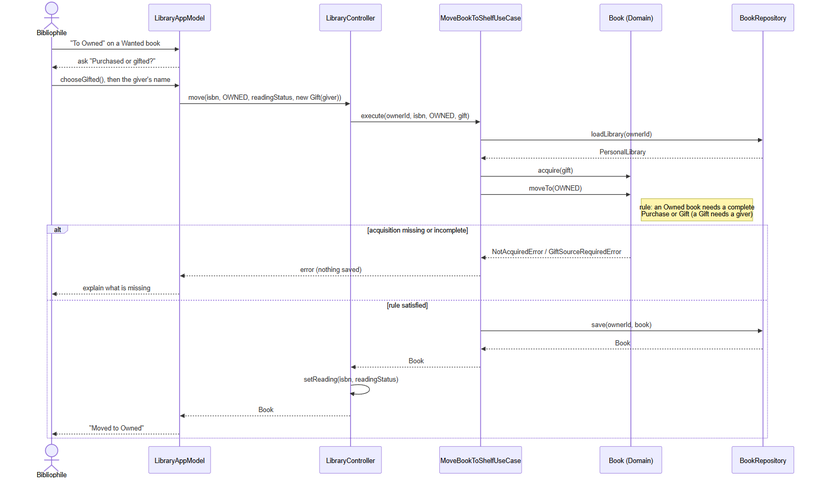
Earlier version of the Mermaid export docs/design/figures/sequence-move.png (ghechavarria/cen5064-project-hechavarria). Its source is kept beside it as docs/design/diagrams/sequence-move.mmd.
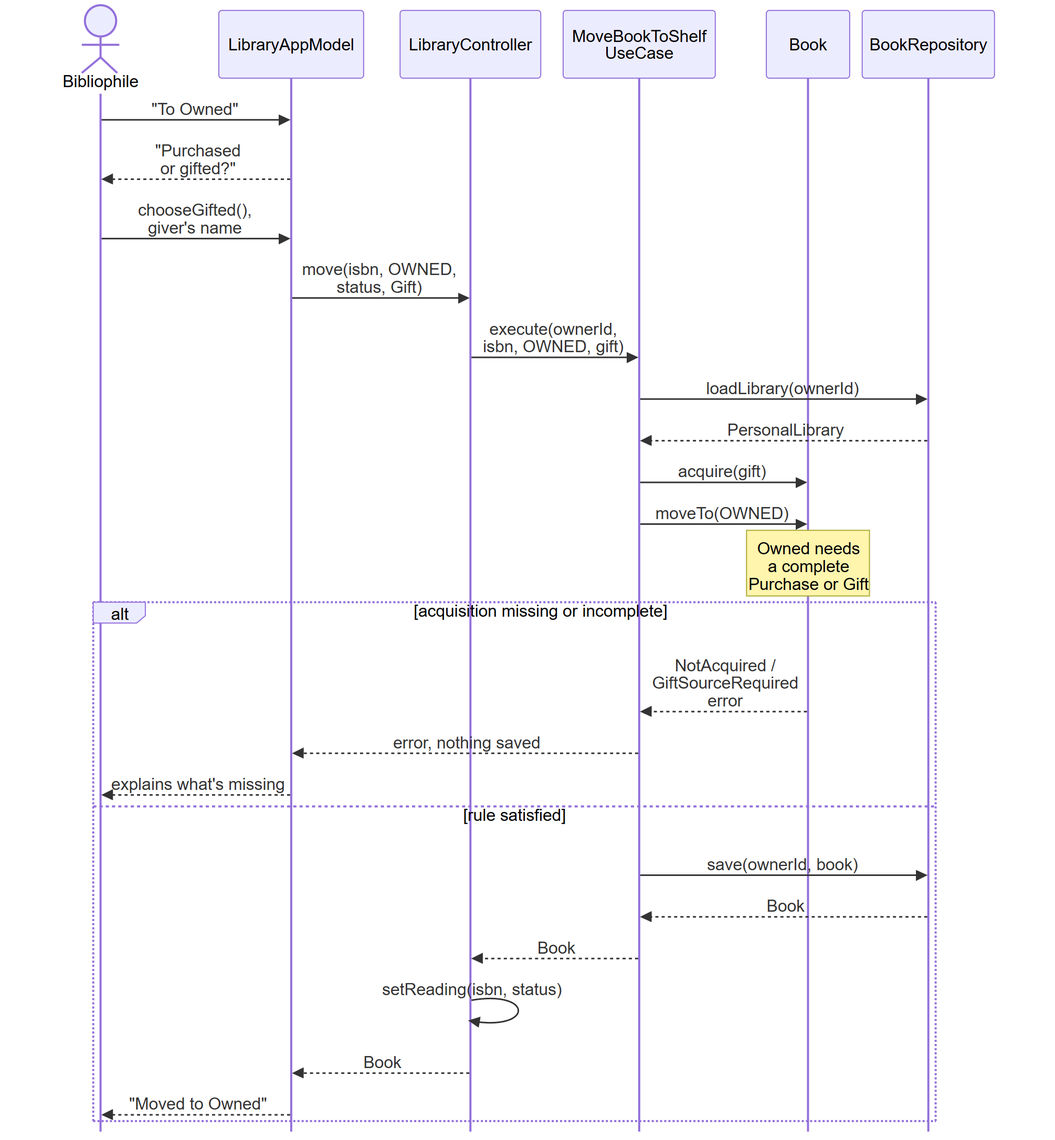
The same diagram one commit later.

Commit message:
Design doc: make the move sequence diagram readable (3.6pt -> 7.0pt printed)

Refs #18

What changed in the source:
```diff
@@ -1,29 +1,30 @@
+%%{init: {"sequence": {"mirrorActors": false, "messageMargin": 16, "actorMargin": 12, "boxMargin": 6, "noteMargin": 6, "width": 80}}}%%
 sequenceDiagram
     actor U as Bibliophile
     participant VM as LibraryAppModel
     participant C as LibraryController
-    participant S as MoveBookToShelfUseCase
-    participant B as Book (Domain)
+    participant S as MoveBookToShelf<br/>UseCase
+    participant B as Book
     participant R as BookRepository
-    U->>VM: "To Owned" on a Wanted book
-    VM-->>U: ask "Purchased or gifted?"
-    U->>VM: chooseGifted(), then the giver's name
-    VM->>C: move(isbn, OWNED, readingStatus, new Gift(giver))
-    C->>S: execute(ownerId, isbn, OWNED, gift)
+    U->>VM: "To Owned"
+    VM-->>U: "Purchased<br/>or gifted?"
+    U->>VM: chooseGifted(),<br/>giver's name
+    VM->>C: move(isbn, OWNED,<br/>status, Gift)
+    C->>S: execute(ownerId,<br/>isbn, OWNED, gift)
     S->>R: loadLibrary(ownerId)
     R-->>S: PersonalLibrary
     S->>B: acquire(gift)
     S->>B: moveTo(OWNED)
-    Note right of B: rule: an Owned book needs a complete<br/>Purchase or Gift (a Gift needs a giver)
+    Note over B: Owned needs<br/>a complete<br/>Purchase or Gift
     alt acquisition missing or incomplete
-        B-->>S: NotAcquiredError / GiftSourceRequiredError
-        S-->>VM: error (nothing saved)
-        VM-->>U: explain what is missing
+        B-->>S: NotAcquired /<br/>GiftSourceRequired<br/>error
+        S-->>VM: error, nothing saved
+        VM-->>U: explains what's missing
     else rule satisfied
         S->>R: save(ownerId, book)
         R-->>S: Book
         S-->>C: Book
-        C->>C: setReading(isbn, readingStatus)
+        C->>C: setReading(isbn, status)
         C-->>VM: Book
         VM-->>U: "Moved to Owned"
     end
```
